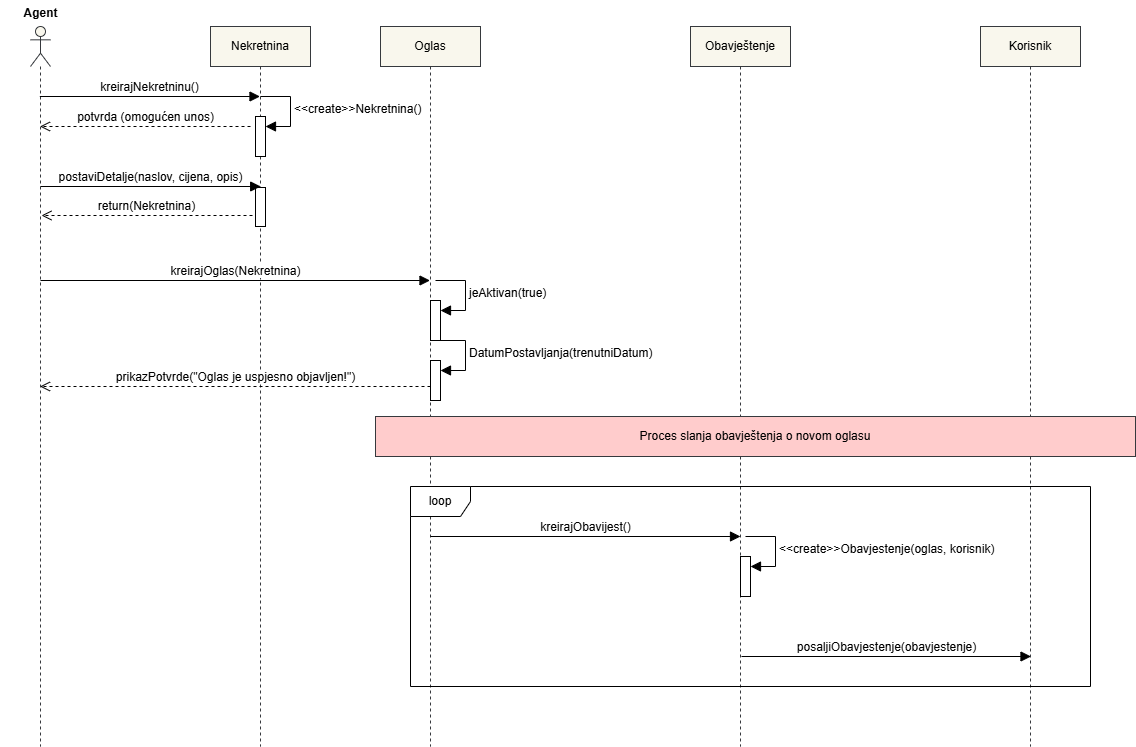
The draw.io diagram 07 Strukturalni paterni i Dijagram sekvence/DijagramSekvence.drawio.png in ooad-2024-2025/Grupa6-Tim3, before a commit. Source tidied: cells renumbered, new cells last; positions are measured from the earlier drawing's top-left corner, leaving out a move shared by most shapes. Source of this version:
```xml
<mxGraphModel>
  <root>
    <mxCell id="0" />
    <mxCell id="1" parent="0" />
    <mxCell id="2" value="Nekretnina" style="shape=umlLifeline;perimeter=lifelinePerimeter;whiteSpace=wrap;html=1;newEdgeStyle={&quot;curved&quot;:0,&quot;rounded&quot;:0};fillColor=#f9f7ed;strokeColor=#36393d;" parent="1" vertex="1">
      <mxGeometry x="210" y="26" width="100" height="720" as="geometry" />
    </mxCell>
    <mxCell id="3" style="html=1;points=[[0,0,0,0,5],[0,1,0,0,-5],[1,0,0,0,5],[1,1,0,0,-5]];perimeter=orthogonalPerimeter;outlineConnect=0;targetShapes=umlLifeline;portConstraint=eastwest;newEdgeStyle={&quot;curved&quot;:0,&quot;rounded&quot;:0};" parent="2" vertex="1">
      <mxGeometry x="45" y="90" width="10" height="40" as="geometry" />
    </mxCell>
    <mxCell id="4" value="&amp;lt;&amp;lt;create&amp;gt;&amp;gt;Nekretnina()" style="html=1;align=left;spacingLeft=2;endArrow=block;rounded=0;edgeStyle=orthogonalEdgeStyle;curved=0;rounded=0;fontSize=12;startSize=8;endSize=8;" parent="2" edge="1" target="3">
      <mxGeometry relative="1" as="geometry">
        <mxPoint x="50" y="70" as="sourcePoint" />
        <Array as="points">
          <mxPoint x="80" y="100" />
        </Array>
      </mxGeometry>
    </mxCell>
    <mxCell id="5" style="html=1;perimeter=orthogonalPerimeter;targetShapes=umlLifeline;newEdgeStyle={&quot;curved&quot;:0,&quot;rounded&quot;:0};" parent="2" vertex="1">
      <mxGeometry x="45" y="161" width="10" height="39" as="geometry" />
    </mxCell>
    <mxCell id="6" value="Oglas" style="shape=umlLifeline;perimeter=lifelinePerimeter;whiteSpace=wrap;html=1;newEdgeStyle={&quot;curved&quot;:0,&quot;rounded&quot;:0};fillColor=#f9f7ed;strokeColor=#36393d;" parent="1" vertex="1">
      <mxGeometry x="380" y="26" width="100" height="720" as="geometry" />
    </mxCell>
    <mxCell id="7" style="html=1;points=[[0,0,0,0,5],[0,1,0,0,-5],[1,0,0,0,5],[1,1,0,0,-5]];perimeter=orthogonalPerimeter;outlineConnect=0;targetShapes=umlLifeline;portConstraint=eastwest;newEdgeStyle={&quot;curved&quot;:0,&quot;rounded&quot;:0};" parent="6" vertex="1">
      <mxGeometry x="50" y="274" width="10" height="40" as="geometry" />
    </mxCell>
    <mxCell id="8" value="jeAktivan(true)" style="html=1;align=left;spacingLeft=2;endArrow=block;rounded=0;edgeStyle=orthogonalEdgeStyle;curved=0;rounded=0;fontSize=12;startSize=8;endSize=8;" parent="6" edge="1" target="7">
      <mxGeometry relative="1" as="geometry">
        <mxPoint x="55" y="254" as="sourcePoint" />
        <Array as="points">
          <mxPoint x="85" y="284" />
        </Array>
      </mxGeometry>
    </mxCell>
    <mxCell id="9" style="html=1;points=[[0,0,0,0,5],[0,1,0,0,-5],[1,0,0,0,5],[1,1,0,0,-5]];perimeter=orthogonalPerimeter;outlineConnect=0;targetShapes=umlLifeline;portConstraint=eastwest;newEdgeStyle={&quot;curved&quot;:0,&quot;rounded&quot;:0};" parent="6" vertex="1">
      <mxGeometry x="50" y="334" width="10" height="40" as="geometry" />
    </mxCell>
    <mxCell id="10" value="DatumPostavljanja(trenutniDatum)" style="html=1;align=left;spacingLeft=2;endArrow=block;rounded=0;edgeStyle=orthogonalEdgeStyle;curved=0;rounded=0;fontSize=12;startSize=8;endSize=8;" parent="6" edge="1" target="9">
      <mxGeometry relative="1" as="geometry">
        <mxPoint x="55" y="314" as="sourcePoint" />
        <Array as="points">
          <mxPoint x="85" y="344" />
        </Array>
      </mxGeometry>
    </mxCell>
    <mxCell id="11" value="Obavještenje" style="shape=umlLifeline;perimeter=lifelinePerimeter;whiteSpace=wrap;html=1;newEdgeStyle={&quot;curved&quot;:0,&quot;rounded&quot;:0};fillColor=#f9f7ed;strokeColor=#36393d;" parent="1" vertex="1">
      <mxGeometry x="690" y="26" width="100" height="720" as="geometry" />
    </mxCell>
    <mxCell id="12" style="shape=umlLifeline;perimeter=lifelinePerimeter;whiteSpace=wrap;html=1;outlineConnect=0;portConstraint=eastwest;newEdgeStyle={&quot;curved&quot;:0,&quot;rounded&quot;:0};participant=umlActor;fillColor=#f9f7ed;strokeColor=#36393d;" parent="1" vertex="1">
      <mxGeometry x="30" y="26" width="20" height="720" as="geometry" />
    </mxCell>
    <mxCell id="13" value="Agent" style="text;align=center;fontStyle=1;verticalAlign=middle;spacingLeft=3;spacingRight=3;strokeColor=none;html=1;" parent="1" vertex="1">
      <mxGeometry width="80" height="26" as="geometry" />
    </mxCell>
    <mxCell id="14" value="kreirajNekretninu()" style="html=1;verticalAlign=bottom;endArrow=block;curved=0;rounded=0;fontSize=12;startSize=8;endSize=8;" parent="1" edge="1">
      <mxGeometry relative="1" as="geometry">
        <mxPoint x="39.3" y="96" as="sourcePoint" />
        <mxPoint x="259.5" y="96" as="targetPoint" />
      </mxGeometry>
    </mxCell>
    <mxCell id="15" value="Korisnik" style="shape=umlLifeline;perimeter=lifelinePerimeter;whiteSpace=wrap;html=1;newEdgeStyle={&quot;curved&quot;:0,&quot;rounded&quot;:0};fillColor=#f9f7ed;strokeColor=#36393d;" parent="1" vertex="1">
      <mxGeometry x="980" y="26" width="100" height="720" as="geometry" />
    </mxCell>
    <mxCell id="16" value="potvrda (omogućen unos)" style="html=1;verticalAlign=bottom;endArrow=open;dashed=1;endSize=8;curved=0;rounded=0;fontSize=12;" parent="1" edge="1" target="12">
      <mxGeometry relative="1" as="geometry">
        <mxPoint x="250" y="126" as="sourcePoint" />
      </mxGeometry>
    </mxCell>
    <mxCell id="17" value="postaviDetalje(naslov, cijena, opis)" style="html=1;verticalAlign=bottom;endArrow=block;curved=0;rounded=0;fontSize=12;startSize=8;endSize=8;" parent="1" edge="1">
      <mxGeometry relative="1" as="geometry">
        <mxPoint x="40" y="186" as="sourcePoint" />
        <mxPoint x="260.2" y="186" as="targetPoint" />
      </mxGeometry>
    </mxCell>
    <mxCell id="18" value="kreirajOglas(Nekretnina)" style="html=1;verticalAlign=bottom;endArrow=block;curved=0;rounded=0;fontSize=12;startSize=8;endSize=8;" parent="1" edge="1">
      <mxGeometry relative="1" as="geometry">
        <mxPoint x="40" y="280" as="sourcePoint" />
        <mxPoint x="429.5" y="280" as="targetPoint" />
      </mxGeometry>
    </mxCell>
    <mxCell id="19" value="return(Nekretnina)" style="html=1;verticalAlign=bottom;endArrow=open;dashed=1;endSize=8;curved=0;rounded=0;fontSize=12;" parent="1" edge="1">
      <mxGeometry relative="1" as="geometry">
        <mxPoint x="252" y="215" as="sourcePoint" />
        <mxPoint x="41" y="215" as="targetPoint" />
      </mxGeometry>
    </mxCell>
    <mxCell id="20" value="prikazPotvrde(&quot;Oglas je uspjesno objavljen!&quot;)" style="html=1;verticalAlign=bottom;endArrow=open;dashed=1;endSize=8;curved=0;rounded=0;fontSize=12;" parent="1" edge="1" target="12">
      <mxGeometry relative="1" as="geometry">
        <mxPoint x="430" y="386" as="sourcePoint" />
      </mxGeometry>
    </mxCell>
    <mxCell id="21" value="Proces slanja obavještenja o novom oglasu" style="html=1;whiteSpace=wrap;fillColor=#ffcccc;strokeColor=#36393d;" parent="1" vertex="1">
      <mxGeometry x="375" y="416" width="760" height="40" as="geometry" />
    </mxCell>
    <mxCell id="22" value="loop" style="shape=umlFrame;whiteSpace=wrap;html=1;" parent="1" vertex="1">
      <mxGeometry x="410" y="486" width="680" height="200" as="geometry" />
    </mxCell>
    <mxCell id="23" value="kreirajObavijest()" style="html=1;verticalAlign=bottom;endArrow=block;curved=0;rounded=0;fontSize=12;startSize=8;endSize=8;" parent="1" edge="1">
      <mxGeometry relative="1" as="geometry">
        <mxPoint x="430" y="536" as="sourcePoint" />
        <mxPoint x="740" y="536" as="targetPoint" />
      </mxGeometry>
    </mxCell>
    <mxCell id="24" style="html=1;points=[[0,0,0,0,5],[0,1,0,0,-5],[1,0,0,0,5],[1,1,0,0,-5]];perimeter=orthogonalPerimeter;outlineConnect=0;targetShapes=umlLifeline;portConstraint=eastwest;newEdgeStyle={&quot;curved&quot;:0,&quot;rounded&quot;:0};" parent="1" vertex="1">
      <mxGeometry x="740" y="556" width="10" height="40" as="geometry" />
    </mxCell>
    <mxCell id="25" value="&amp;lt;&amp;lt;create&amp;gt;&amp;gt;Obavjestenje(oglas, korisnik)" style="html=1;align=left;spacingLeft=2;endArrow=block;rounded=0;edgeStyle=orthogonalEdgeStyle;curved=0;rounded=0;fontSize=12;startSize=8;endSize=8;" parent="1" edge="1" target="24">
      <mxGeometry relative="1" as="geometry">
        <mxPoint x="745" y="536" as="sourcePoint" />
        <Array as="points">
          <mxPoint x="775" y="566" />
        </Array>
      </mxGeometry>
    </mxCell>
    <mxCell id="26" value="posaljiObavjestenje(obavjestenje)" style="html=1;verticalAlign=bottom;endArrow=block;curved=0;rounded=0;fontSize=12;startSize=8;endSize=8;" parent="1" edge="1">
      <mxGeometry relative="1" as="geometry">
        <mxPoint x="741" y="656" as="sourcePoint" />
        <mxPoint x="1030.5" y="656" as="targetPoint" />
      </mxGeometry>
    </mxCell>
  </root>
</mxGraphModel>
```
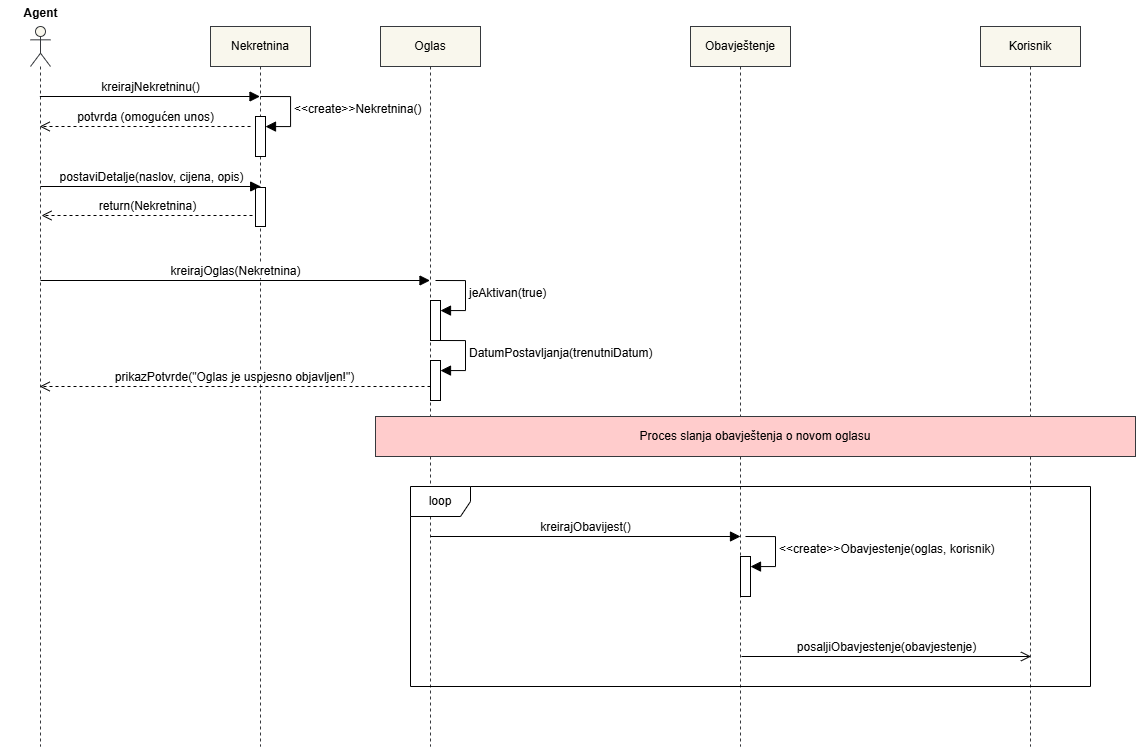
After the change.

The edit, as a diff of the source:
```diff
@@ -113,7 +113,7 @@
         </Array>
       </mxGeometry>
     </mxCell>
-    <mxCell id="26" value="posaljiObavjestenje(obavjestenje)" style="html=1;verticalAlign=bottom;endArrow=block;curved=0;rounded=0;fontSize=12;startSize=8;endSize=8;" parent="1" edge="1">
+    <mxCell id="26" value="posaljiObavjestenje(obavjestenje)" style="html=1;verticalAlign=bottom;endArrow=open;curved=0;rounded=0;fontSize=12;startSize=8;endSize=8;endFill=0;" parent="1" edge="1">
       <mxGeometry relative="1" as="geometry">
         <mxPoint x="741" y="656" as="sourcePoint" />
         <mxPoint x="1030.5" y="656" as="targetPoint" />
```
